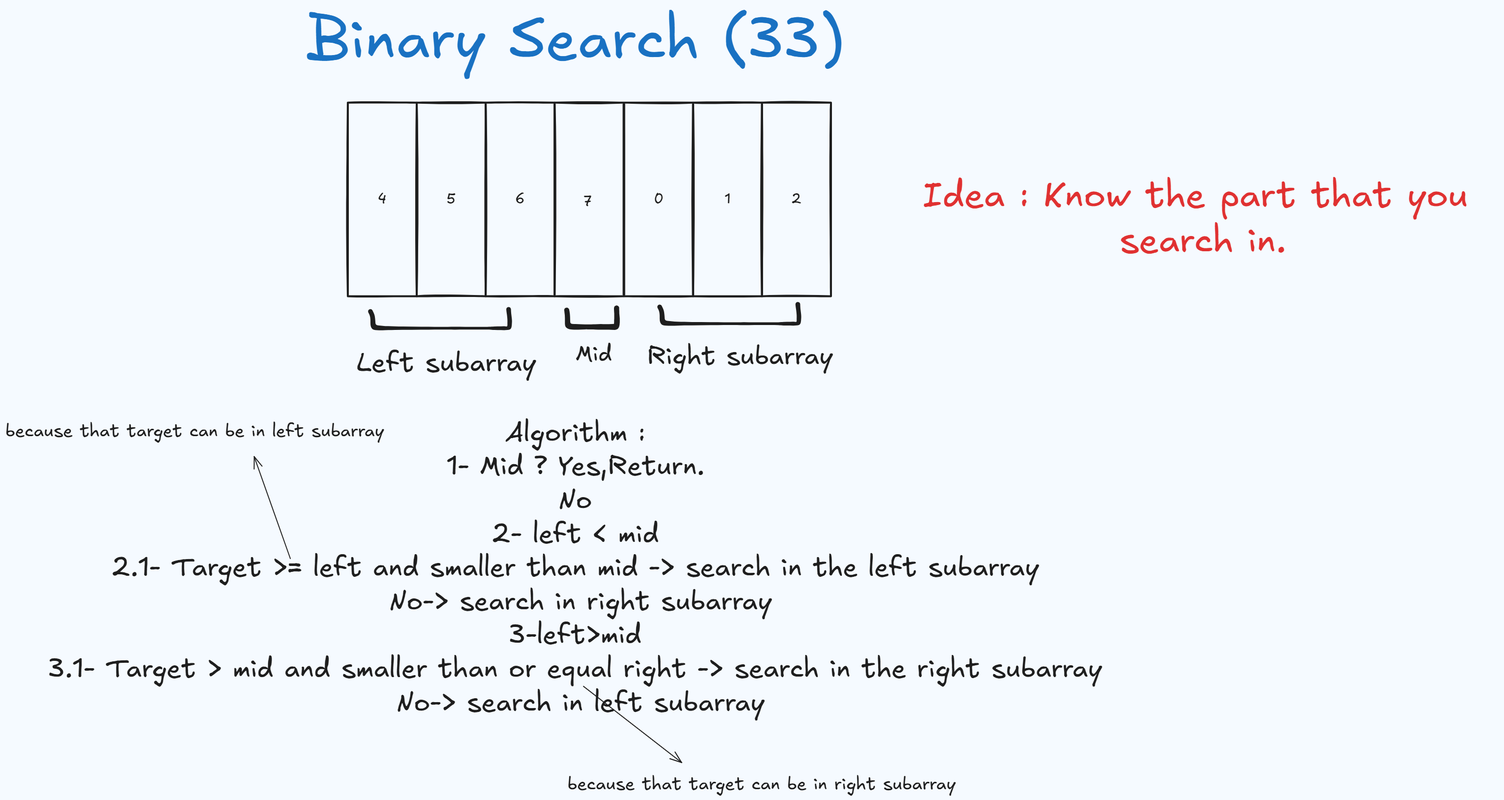
Before: 33/leetcode33.png, a diagram exported from Excalidraw (mahmoudasem337/Leetcode_Solutions.). Source tidied: one line per element, renumbered; positions are measured from the earlier drawing's top-left corner, leaving out a move shared by most shapes.
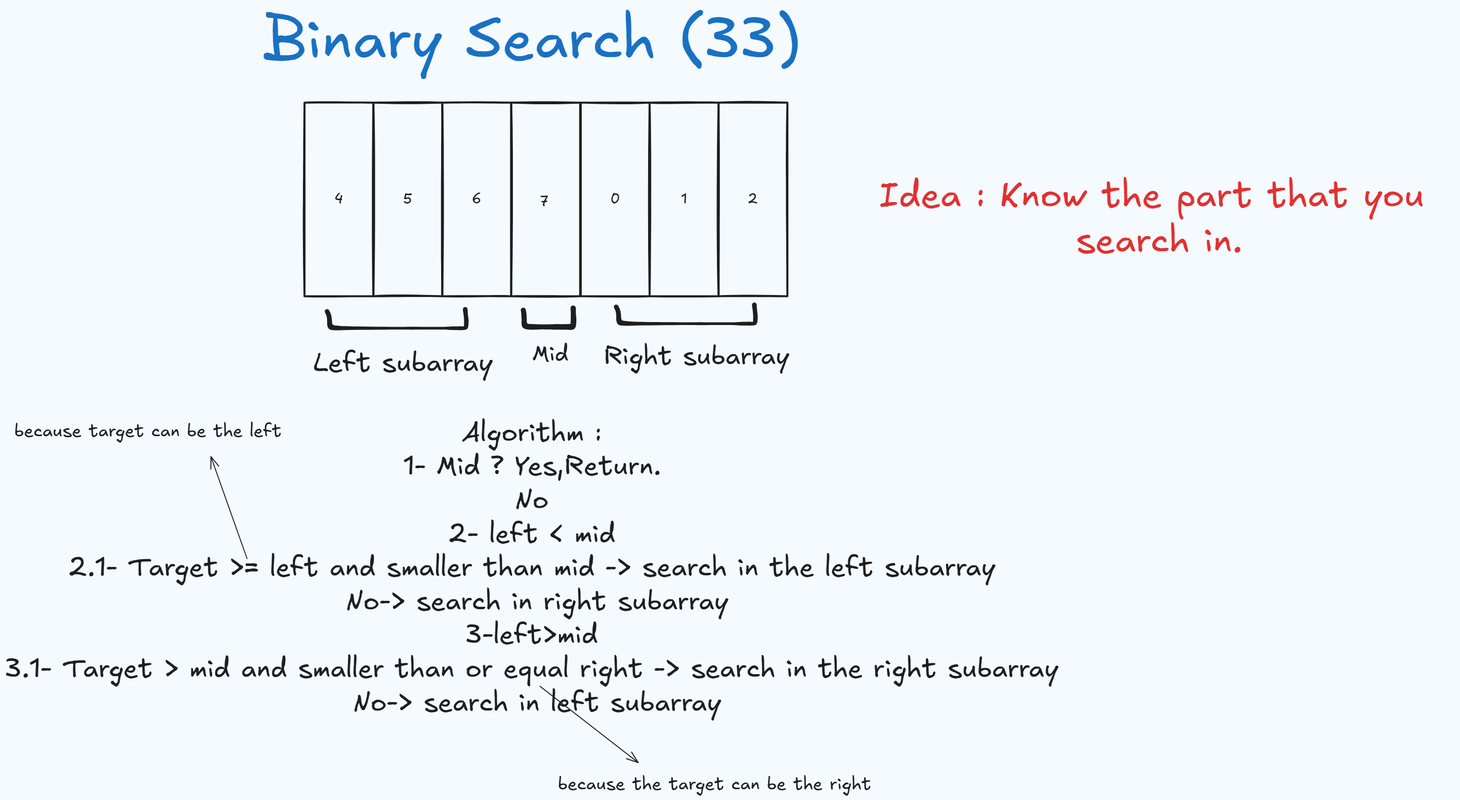
Later version of the same file.

Commit message:
update problem explaination

The edit, as a diff of the source:
```diff
@@ -22,6 +22,6 @@
 {"id": 21, "type": "freedraw", "strokeColor": "#1e1e1e", "strokeWidth": 2, "roughness": 0, "x": 1142, "y": 621, "width": 102, "height": 39, "points": [[0, 0], [2, 8], [2, 10], [2, 13], [2, 16], [2, 24], [2, 26], [2, 31], [3, 34], [4, 34], [10, 34], [13, 34], [19, 34], [25, 34], [31, 34], [39, 34], [45, 34], [48, 34], [52, 34], [59, 34], [61, 34], [63, 34], [66, 34], [69, 34], [76, 34], [81, 34], [87, 34], [88, 34], [90, 34], [91, 34], [94, 34], [97, 34], [99, 34], [100, 34], [101, 34], [102, 34], [102, 29], [102, 18], [102, 13], [102, 10], [101, 0], [101, -3], [101, -5], [101, -5]]}
 {"id": 22, "type": "text", "text": "Mid", "strokeColor": "#1e1e1e", "strokeWidth": 2, "roughness": 0, "fontSize": 45.75, "fontFamily": 5, "textAlign": "center", "x": 1160, "y": 682, "width": 74, "height": 57}
 {"id": 23, "type": "arrow", "strokeColor": "#1e1e1e", "strokeWidth": 2, "roughness": 0, "endArrowhead": "arrow", "round": true, "x": 580, "y": 1126, "width": 73, "height": 207, "points": [[0, 0], [-73, -207]]}
-{"id": 24, "type": "text", "text": "because that target can be in left subarray", "strokeColor": "#1e1e1e", "strokeWidth": 2, "roughness": 0, "fontSize": 36, "fontFamily": 5, "textAlign": "center", "x": 0, "y": 845, "width": 772, "height": 45}
+{"id": 24, "type": "text", "text": "because target can be the left ", "strokeColor": "#1e1e1e", "strokeWidth": 2, "roughness": 0, "fontSize": 36, "fontFamily": 5, "textAlign": "center", "x": 107, "y": 845, "width": 558, "height": 45}
-{"id": 25, "type": "text", "text": "because that target can be in right subarray", "strokeColor": "#1e1e1e", "strokeWidth": 2, "roughness": 0, "fontSize": 36, "fontFamily": 5, "textAlign": "center", "x": 1143, "y": 1563, "width": 791, "height": 45}
+{"id": 25, "type": "text", "text": "because the target can be the right ", "strokeColor": "#1e1e1e", "strokeWidth": 2, "roughness": 0, "fontSize": 36, "fontFamily": 5, "textAlign": "center", "x": 1212, "y": 1563, "width": 652, "height": 45}
 {"id": 26, "type": "arrow", "strokeColor": "#1e1e1e", "strokeWidth": 2, "roughness": 0, "endArrowhead": "arrow", "round": true, "to": 16, "x": 1176, "y": 1386, "width": 199, "height": 155, "points": [[0, 0], [199, 155]]}
```
